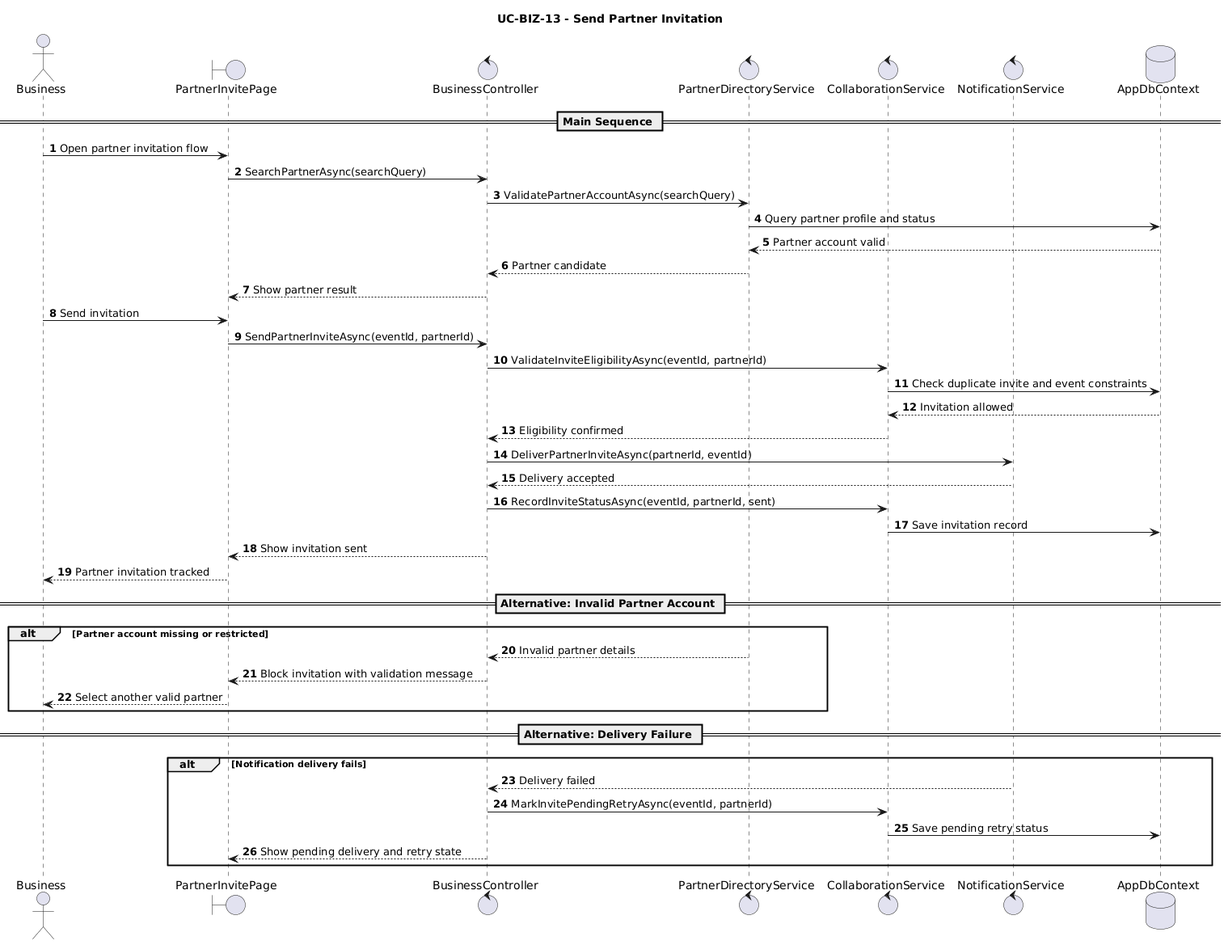
The PlantUML diagram User Cases/Sequence Diagrams/BusinessRole/SendPartnerInvitation.png in gorge-unc23/4ThePlot, before a commit.
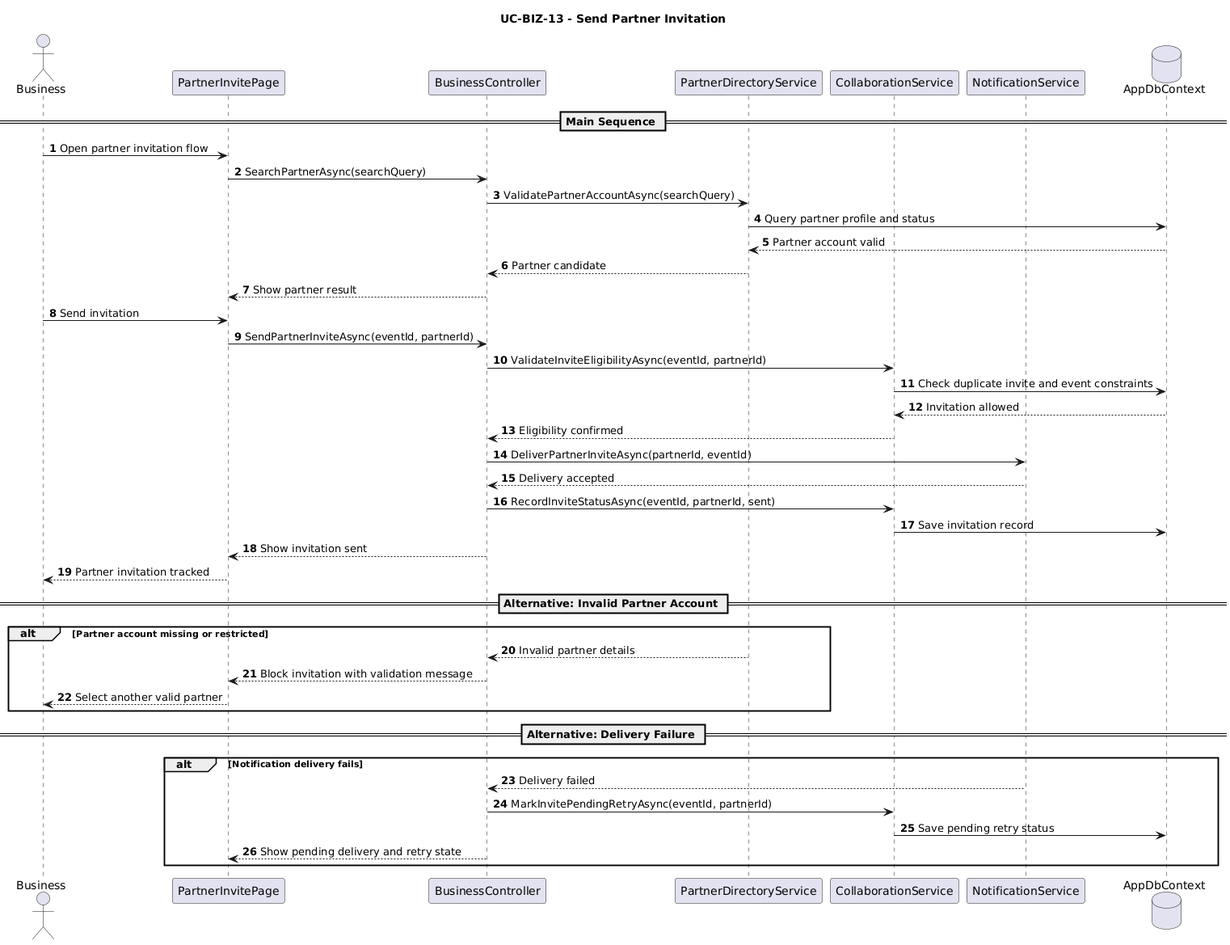
The same diagram one commit later.

What changed in the source:
```diff
@@ -3,11 +3,11 @@
 autonumber
 
 actor Business
-boundary PartnerInvitePage
-control BusinessController
-control PartnerDirectoryService
-control CollaborationService
-control NotificationService
+participant PartnerInvitePage
+participant BusinessController
+participant PartnerDirectoryService
+participant CollaborationService
+participant NotificationService
 database AppDbContext
 
 == Main Sequence ==
```
